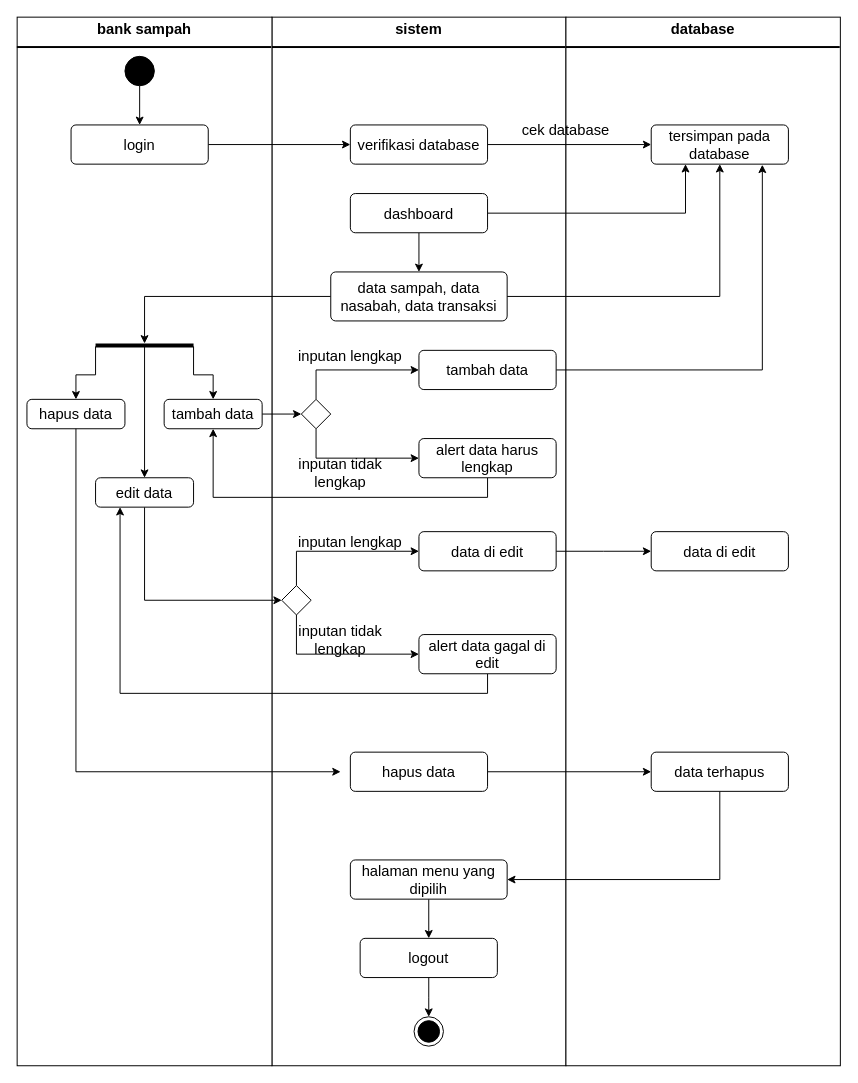
dreamergirl01/uml_bankSampah keeps this draw.io diagram as page "activity diagram bank sampah" (12 of 13) of Untitled Diagram.drawio. Above is the earlier version. Source tidied: cells renumbered, new cells numbered last; positions are measured from the earlier drawing's top-left corner, leaving out a move shared by most shapes. Both pictures are drawn from the tidied source at 98%, with x=0, y=0 at pixel (17, 17).
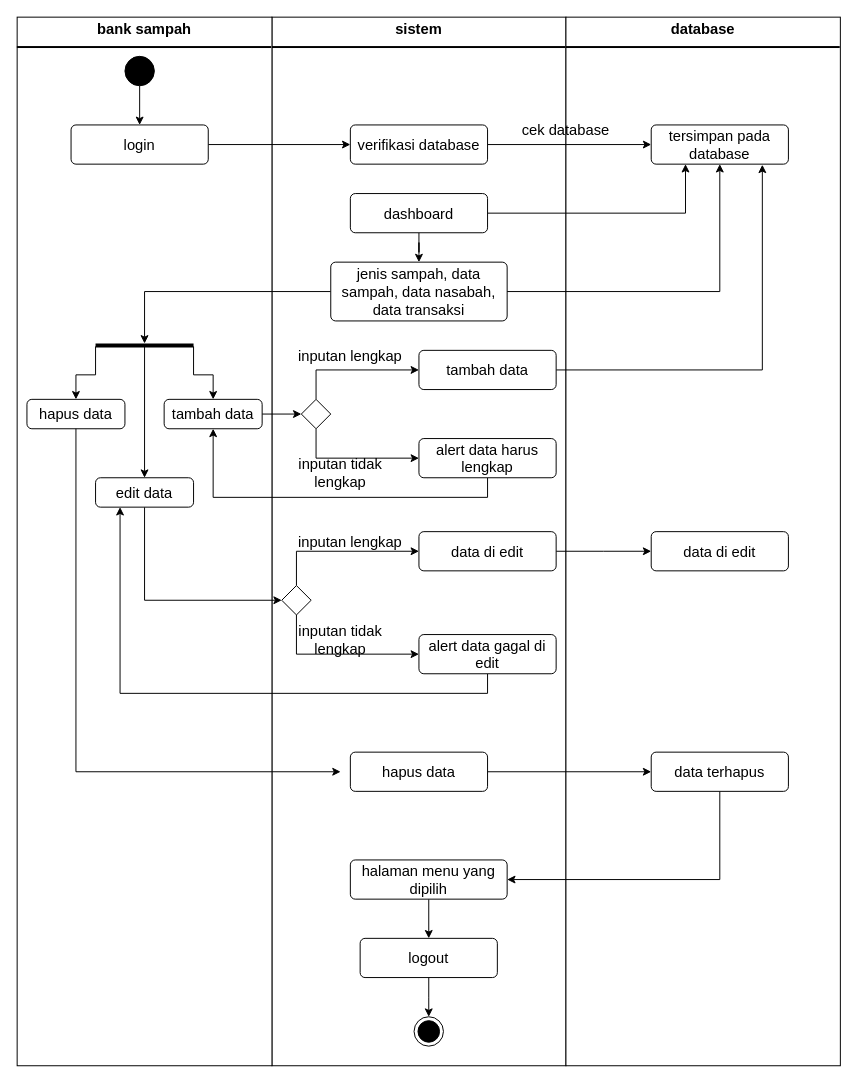
After the change.

What changed in the source:
```diff
@@
-    <mxCell id="15" value="data sampah, data nasabah, data transaksi" style="html=1;align=center;verticalAlign=middle;rounded=1;absoluteArcSize=1;arcSize=10;dashed=0;whiteSpace=wrap;fontSize=15;" parent="1" vertex="1">
-      <mxGeometry x="320" y="260" width="180" height="50" as="geometry" />
+    <mxCell id="15" value="jenis sampah, data sampah, data nasabah, data transaksi" style="html=1;align=center;verticalAlign=middle;rounded=1;absoluteArcSize=1;arcSize=10;dashed=0;whiteSpace=wrap;fontSize=15;" parent="1" vertex="1">
+      <mxGeometry x="320" y="250" width="180" height="60" as="geometry" />
     </mxCell>
```
